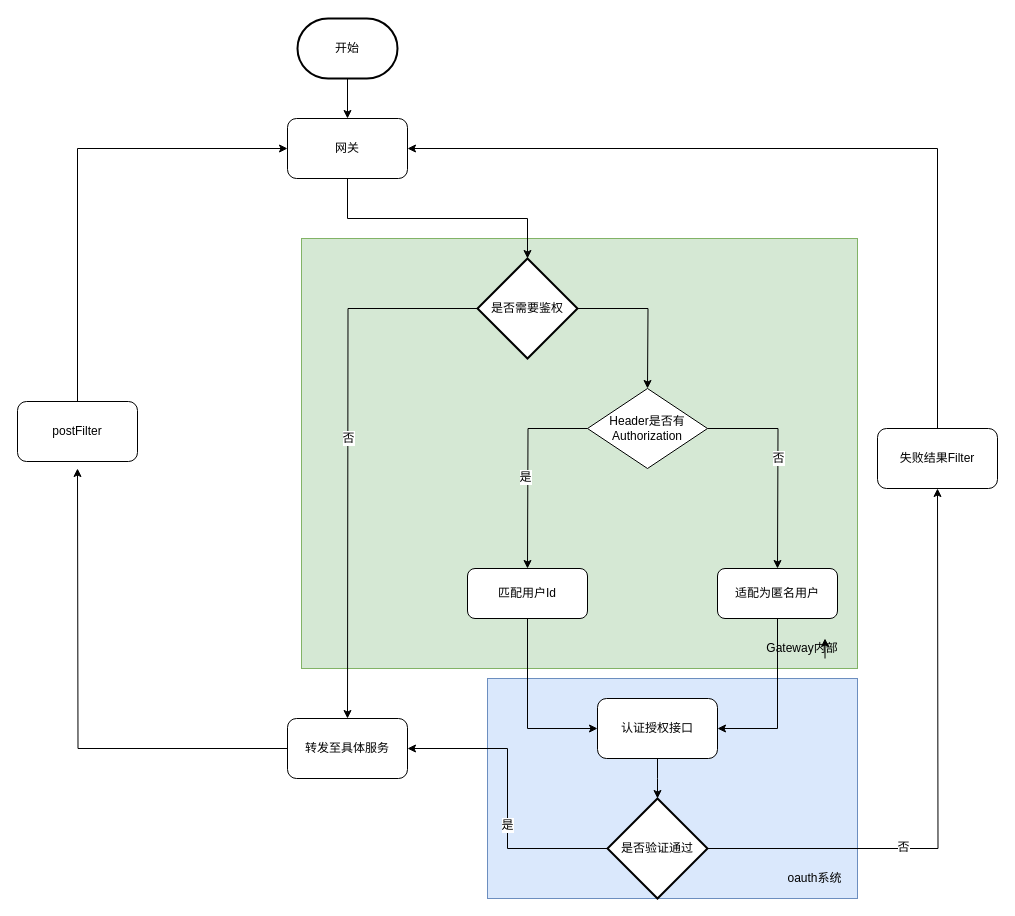
Before: 2019/Session方案.drawio in Godricm/BuDingDesign, a draw.io diagram. Source tidied: cells renumbered, new cells numbered last; positions are measured from the earlier drawing's top-left corner, leaving out a move shared by most shapes. Both pictures are drawn from the tidied source at 100%, with x=0, y=0 at pixel (17, 18).
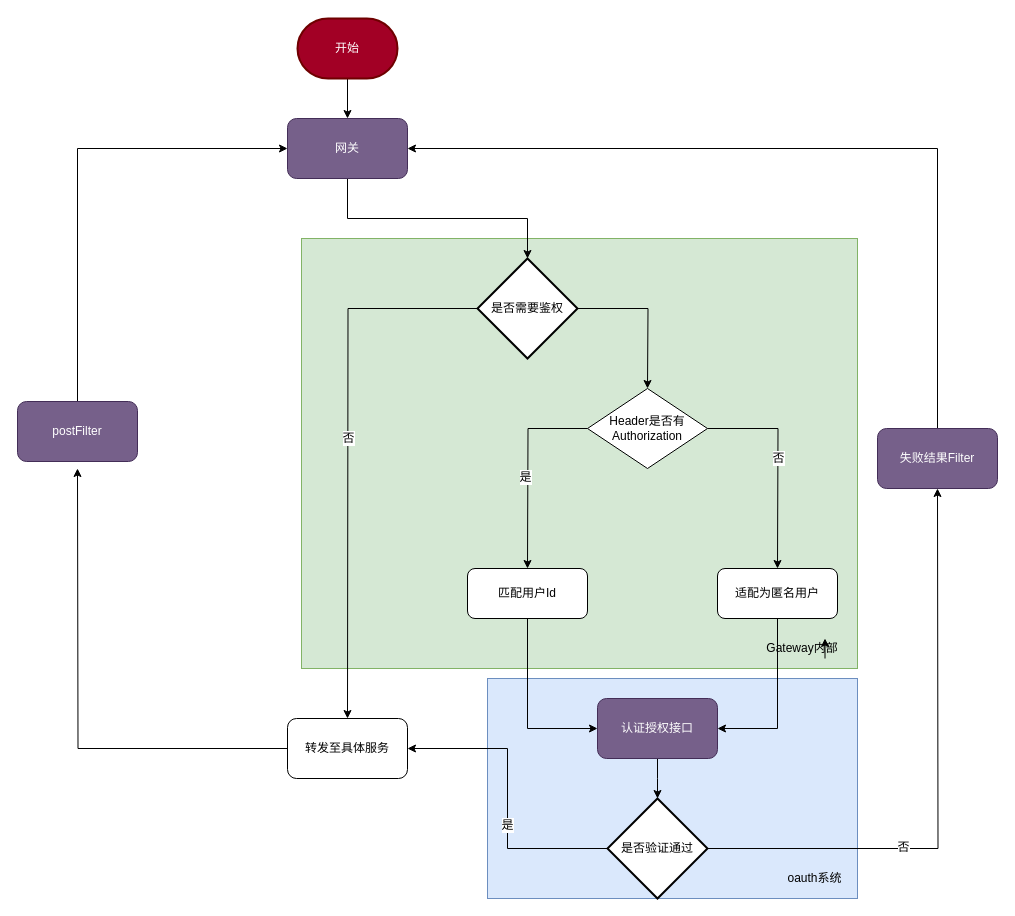
The same page after the edit.

Change to the diagram source:
```diff
@@
-    <mxCell id="5" value="开始" style="strokeWidth=2;html=1;shape=mxgraph.flowchart.terminator;whiteSpace=wrap;" parent="1" vertex="1">
+    <mxCell id="5" value="开始" style="strokeWidth=2;html=1;shape=mxgraph.flowchart.terminator;whiteSpace=wrap;fillColor=#a20025;strokeColor=#6F0000;fontColor=#ffffff;" parent="1" vertex="1">
       <mxGeometry x="280" width="100" height="60" as="geometry" />
     </mxCell>
@@
-    <mxCell id="7" value="网关" style="rounded=1;whiteSpace=wrap;html=1;" parent="1" vertex="1">
+    <mxCell id="7" value="网关" style="rounded=1;whiteSpace=wrap;html=1;fillColor=#76608a;strokeColor=#432D57;fontColor=#ffffff;" parent="1" vertex="1">
       <mxGeometry x="270" y="100" width="120" height="60" as="geometry" />
     </mxCell>
@@
-    <mxCell id="20" value="postFilter" style="rounded=1;whiteSpace=wrap;html=1;" parent="1" vertex="1">
+    <mxCell id="20" value="postFilter" style="rounded=1;whiteSpace=wrap;html=1;fillColor=#76608a;strokeColor=#432D57;fontColor=#ffffff;" parent="1" vertex="1">
       <mxGeometry y="383" width="120" height="60" as="geometry" />
     </mxCell>
@@
-    <mxCell id="27" value="认证授权接口" style="rounded=1;whiteSpace=wrap;html=1;" parent="1" vertex="1">
+    <mxCell id="27" value="认证授权接口" style="rounded=1;whiteSpace=wrap;html=1;fillColor=#76608a;strokeColor=#432D57;fontColor=#ffffff;" parent="1" vertex="1">
       <mxGeometry x="580" y="680" width="120" height="60" as="geometry" />
     </mxCell>
@@
-    <mxCell id="34" value="失败结果Filter" style="rounded=1;whiteSpace=wrap;html=1;" parent="1" vertex="1">
+    <mxCell id="34" value="失败结果Filter" style="rounded=1;whiteSpace=wrap;html=1;fillColor=#76608a;strokeColor=#432D57;fontColor=#ffffff;" parent="1" vertex="1">
       <mxGeometry x="860" y="410" width="120" height="60" as="geometry" />
     </mxCell>
```
